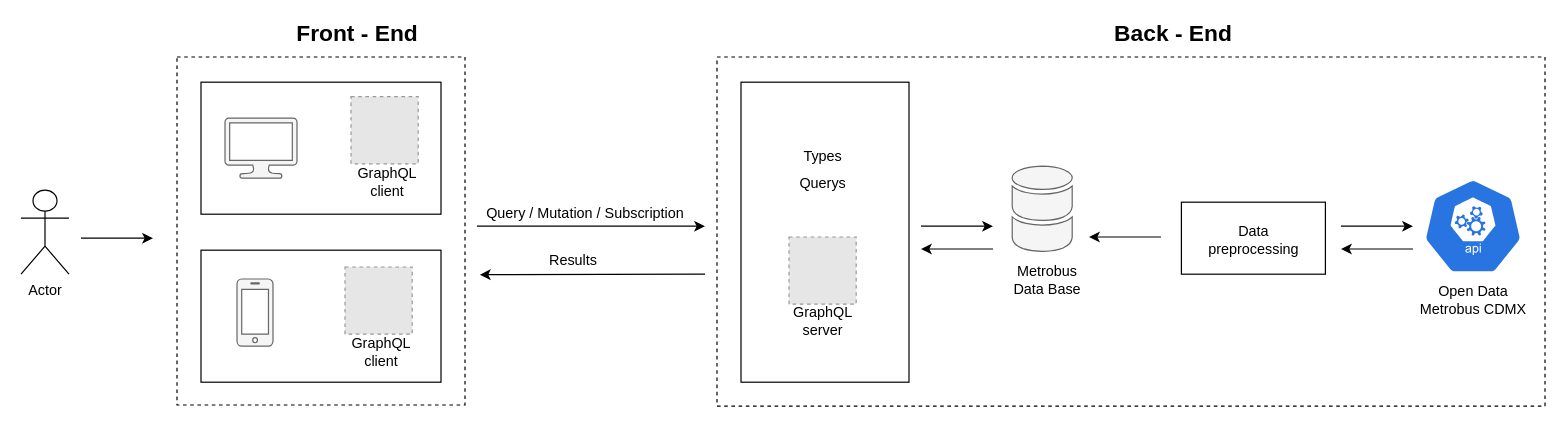
This is docs/architecture.drawio from TinoSalgado09/MetrobusAPI, a draw.io file, before an edit. Source tidied: cells renumbered, new cells numbered last; positions are measured from the earlier drawing's top-left corner, leaving out a move shared by most shapes. Both pictures are drawn from the tidied source at 120%, with x=0, y=0 at pixel (20, 22). Pictures stored in the file or linked from it are replaced by grey dashed boxes.
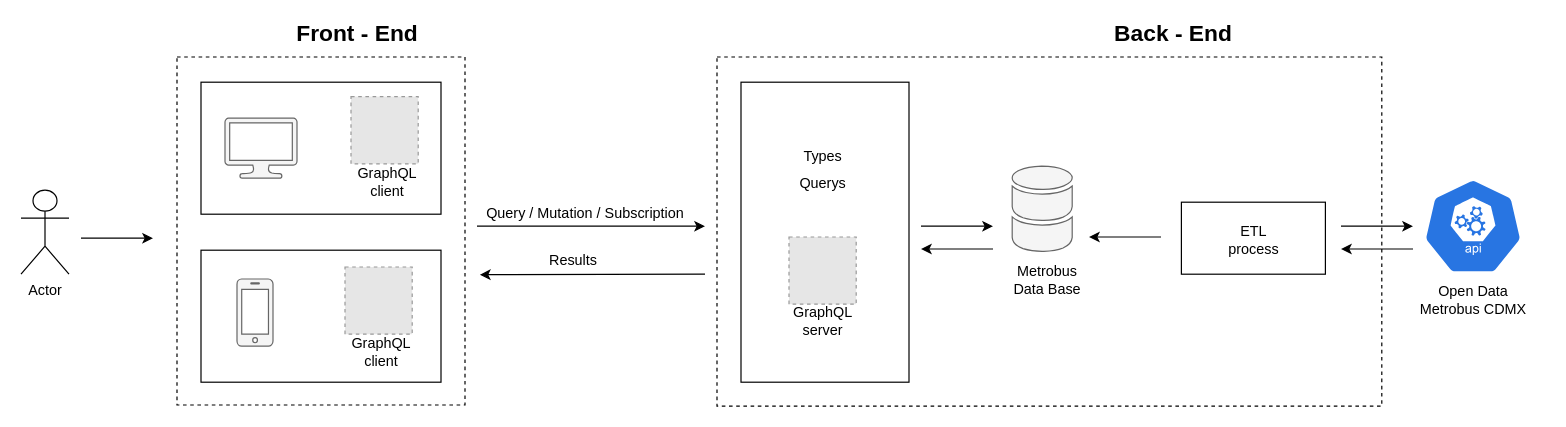
The same diagram, later.

Diff of the diagram source:
```diff
@@
     <mxCell id="16" style="rounded=0;whiteSpace=wrap;html=1;fontSize=12;strokeWidth=1;fillColor=none;dashed=1;" parent="1" vertex="1">
-      <mxGeometry x="580" y="29" width="690" height="291" as="geometry" />
+      <mxGeometry x="580" y="29" width="554" height="291" as="geometry" />
     </mxCell>
@@
-    <mxCell id="29" value="Data&lt;br&gt;preprocessing" style="text;html=1;align=center;verticalAlign=middle;fillColor=none;strokeColor=none;rounded=0;fontSize=12;" parent="1" vertex="1">
-      <mxGeometry x="982" y="167" width="90" height="30" as="geometry" />
+    <mxCell id="29" value="ETL&lt;br&gt;process" style="text;html=1;align=center;verticalAlign=middle;fillColor=none;strokeColor=none;rounded=0;fontSize=12;" parent="1" vertex="1">
+      <mxGeometry x="1001" y="166" width="52" height="32" as="geometry" />
     </mxCell>
```
